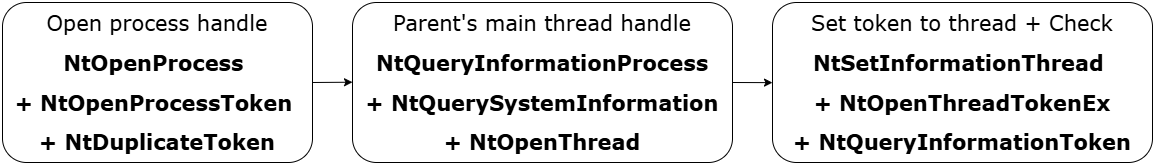
Earlier version of the draw.io export images/nativetokenstealer/esquema2.png (ricardojoserf/ricardojoserf.github.io). Source tidied: cells renumbered, new cells last; positions are measured from the earlier drawing's top-left corner, leaving out a move shared by most shapes.
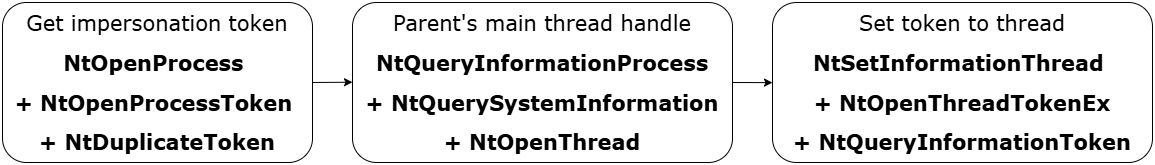
After the change.

Change to the diagram source:
```diff
@@ -2,13 +2,13 @@
   <root>
     <mxCell id="0" />
     <mxCell id="1" parent="0" />
-    <mxCell id="2" value="&lt;div style=&quot;line-height: 190%;&quot;&gt;&lt;font&gt;Open process handle&lt;br&gt;&lt;/font&gt;&lt;div&gt;&lt;span style=&quot;background-color: transparent;&quot;&gt;&lt;b&gt;NtOpenProcess&amp;nbsp;&lt;/b&gt;&lt;/span&gt;&lt;/div&gt;&lt;div&gt;&lt;span style=&quot;background-color: transparent;&quot;&gt;&lt;b&gt;+ NtOpenProcessToken&amp;nbsp;&lt;/b&gt;&lt;/span&gt;&lt;/div&gt;&lt;div&gt;&lt;span style=&quot;background-color: transparent;&quot;&gt;&lt;b&gt;+ NtDuplicateToken&lt;/b&gt;&lt;/span&gt;&lt;/div&gt;&lt;/div&gt;" style="rounded=1;whiteSpace=wrap;html=1;fontFamily=Verdana;fontSize=21;" parent="1" vertex="1">
+    <mxCell id="2" value="&lt;div style=&quot;line-height: 190%;&quot;&gt;&lt;font&gt;Get impersonation token&lt;br&gt;&lt;/font&gt;&lt;div&gt;&lt;span style=&quot;background-color: transparent;&quot;&gt;&lt;b&gt;NtOpenProcess&amp;nbsp;&lt;/b&gt;&lt;/span&gt;&lt;/div&gt;&lt;div&gt;&lt;span style=&quot;background-color: transparent;&quot;&gt;&lt;b&gt;+ NtOpenProcessToken&amp;nbsp;&lt;/b&gt;&lt;/span&gt;&lt;/div&gt;&lt;div&gt;&lt;span style=&quot;background-color: transparent;&quot;&gt;&lt;b&gt;+ NtDuplicateToken&lt;/b&gt;&lt;/span&gt;&lt;/div&gt;&lt;/div&gt;" style="rounded=1;whiteSpace=wrap;html=1;fontFamily=Verdana;fontSize=21;" parent="1" vertex="1">
       <mxGeometry width="310" height="160" as="geometry" />
     </mxCell>
     <mxCell id="3" value="&lt;div style=&quot;line-height: 190%;&quot;&gt;Parent's main thread handle&lt;/div&gt;&lt;div style=&quot;line-height: 190%;&quot;&gt;&lt;b&gt;NtQueryInformationProcess&lt;/b&gt;&lt;/div&gt;&lt;div style=&quot;line-height: 190%;&quot;&gt;&lt;b&gt;+ NtQuerySystemInformation&lt;/b&gt;&lt;/div&gt;&lt;div style=&quot;line-height: 190%;&quot;&gt;&lt;b&gt;+ NtOpenThread&lt;/b&gt;&lt;/div&gt;" style="rounded=1;whiteSpace=wrap;html=1;fontFamily=Verdana;fontSize=21;" parent="1" vertex="1">
       <mxGeometry x="350" width="380" height="160" as="geometry" />
     </mxCell>
-    <mxCell id="4" value="&lt;div style=&quot;line-height: 190%;&quot;&gt;&lt;div&gt;&lt;span style=&quot;background-color: transparent;&quot;&gt;Set token to thread + Check&lt;/span&gt;&lt;/div&gt;&lt;div&gt;&lt;b&gt;&lt;span style=&quot;background-color: transparent;&quot;&gt;NtSetInformationThread&amp;nbsp;&lt;/span&gt;&lt;/b&gt;&lt;/div&gt;&lt;div&gt;&lt;b&gt;&lt;span style=&quot;background-color: transparent;&quot;&gt;+&lt;/span&gt;&lt;span style=&quot;background-color: transparent;&quot;&gt;&amp;nbsp;NtOpenThreadTokenEx&lt;/span&gt;&lt;/b&gt;&lt;/div&gt;&lt;div&gt;&lt;b&gt;&lt;span style=&quot;background-color: transparent;&quot;&gt;+ NtQueryInformationToken&lt;/span&gt;&lt;/b&gt;&lt;/div&gt;&lt;/div&gt;" style="rounded=1;whiteSpace=wrap;html=1;fontFamily=Verdana;fontSize=21;" parent="1" vertex="1">
+    <mxCell id="4" value="&lt;div style=&quot;line-height: 190%;&quot;&gt;&lt;div&gt;&lt;span style=&quot;background-color: transparent;&quot;&gt;Set token to thread&lt;/span&gt;&lt;/div&gt;&lt;div&gt;&lt;b&gt;&lt;span style=&quot;background-color: transparent;&quot;&gt;NtSetInformationThread&amp;nbsp;&lt;/span&gt;&lt;/b&gt;&lt;/div&gt;&lt;div&gt;&lt;b&gt;&lt;span style=&quot;background-color: transparent;&quot;&gt;+&lt;/span&gt;&lt;span style=&quot;background-color: transparent;&quot;&gt;&amp;nbsp;NtOpenThreadTokenEx&lt;/span&gt;&lt;/b&gt;&lt;/div&gt;&lt;div&gt;&lt;b&gt;&lt;span style=&quot;background-color: transparent;&quot;&gt;+ NtQueryInformationToken&lt;/span&gt;&lt;/b&gt;&lt;/div&gt;&lt;/div&gt;" style="rounded=1;whiteSpace=wrap;html=1;fontFamily=Verdana;fontSize=21;" parent="1" vertex="1">
       <mxGeometry x="770" width="380" height="160" as="geometry" />
     </mxCell>
     <mxCell id="5" style="endArrow=classic;html=1;rounded=0;exitX=1;exitY=0.5;exitDx=0;exitDy=0;" parent="1" edge="1" source="2">
```
